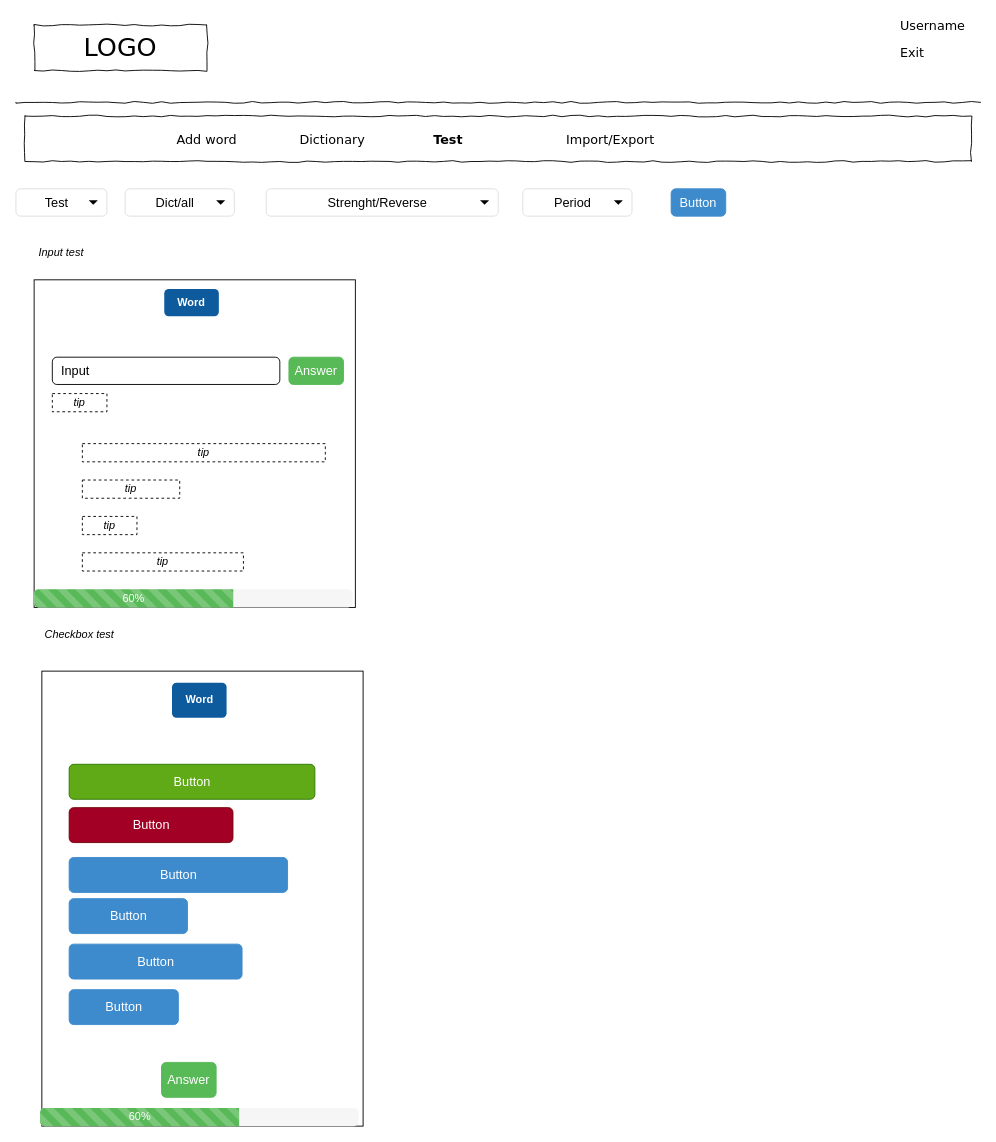
This is page "test interface" (3 of 6) of schemes/scheme.drawio from vikk777/Smart-Dictionary, a draw.io file, before an edit. Source tidied: cells renumbered, new cells numbered last; positions are measured from the earlier drawing's top-left corner, leaving out a move shared by most shapes. Both pictures are drawn from the tidied source at 91%, with x=0, y=0 at pixel (15, 15).
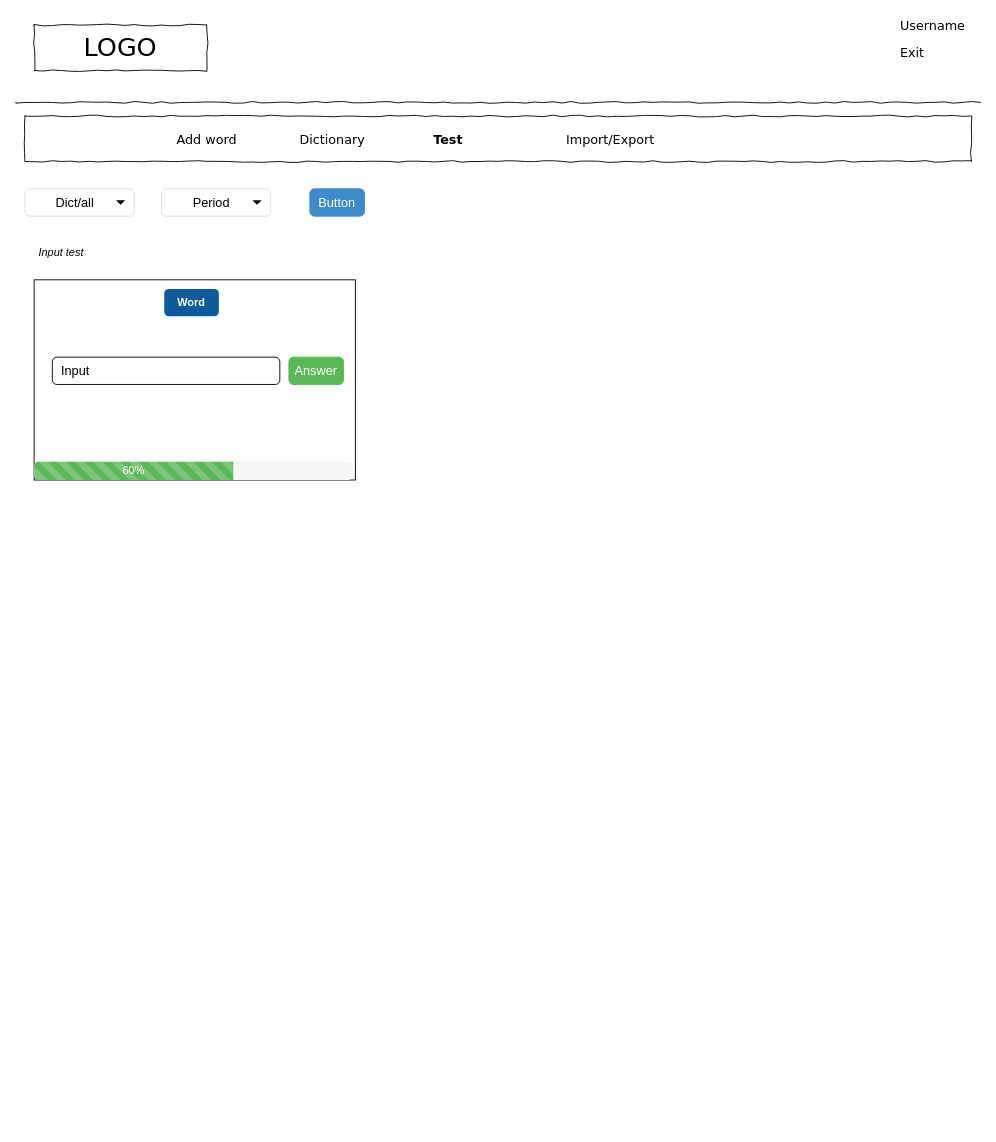
The same page after the edit.

Unchanged cells that the change refers to:
```xml
<mxCell id="34" style="group;" parent="1" vertex="1">
  <mxGeometry x="20" y="290" width="388.5" height="360" as="geometry" />
</mxCell>
```

The edit, as a diff of the source:
```diff
@@
     <mxCell id="11" value="Dict/all" style="html=1;shadow=0;dashed=0;shape=mxgraph.bootstrap.rrect;rSize=5;strokeColor=#dddddd;spacingRight=10;fontSize=14;whiteSpace=wrap;align=center;" parent="1" vertex="1">
-      <mxGeometry x="120" y="190" width="120" height="30" as="geometry" />
+      <mxGeometry x="10" y="190" width="120" height="30" as="geometry" />
     </mxCell>
@@
     <mxCell id="13" value="Period" style="html=1;shadow=0;dashed=0;shape=mxgraph.bootstrap.rrect;rSize=5;strokeColor=#dddddd;spacingRight=10;fontSize=14;whiteSpace=wrap;align=center;" parent="1" vertex="1">
-      <mxGeometry x="557" y="190" width="120" height="30" as="geometry" />
+      <mxGeometry x="160" y="190" width="120" height="30" as="geometry" />
     </mxCell>
@@
-    <mxCell id="15" value="Strenght/Reverse" style="html=1;shadow=0;dashed=0;shape=mxgraph.bootstrap.rrect;rSize=5;strokeColor=#dddddd;spacingRight=10;fontSize=14;whiteSpace=wrap;align=center;" parent="1" vertex="1">
-      <mxGeometry x="275" y="190" width="255" height="30" as="geometry" />
-    </mxCell>
-    <mxCell id="16" style="shape=triangle;direction=south;fillColor=#000000;strokeColor=none;perimeter=none;" parent="15" vertex="1">
-      <mxGeometry x="1" y="0.5" width="10" height="5" relative="1" as="geometry">
-        <mxPoint x="-20" y="-2.5" as="offset" />
-      </mxGeometry>
-    </mxCell>
     <mxCell id="17" value="Button" style="html=1;shadow=0;dashed=0;shape=mxgraph.bootstrap.rrect;rSize=5;fillColor=#3D8BCD;align=center;strokeColor=#3D8BCD;fontColor=#ffffff;fontSize=14;whiteSpace=wrap;" parent="1" vertex="1">
-      <mxGeometry x="720" y="190" width="60" height="30" as="geometry" />
+      <mxGeometry x="323" y="190" width="60" height="30" as="geometry" />
     </mxCell>
-    <mxCell id="18" value="Test" style="html=1;shadow=0;dashed=0;shape=mxgraph.bootstrap.rrect;rSize=5;strokeColor=#dddddd;spacingRight=10;fontSize=14;whiteSpace=wrap;align=center;" parent="1" vertex="1">
-      <mxGeometry y="190" width="100" height="30" as="geometry" />
-    </mxCell>
-    <mxCell id="19" style="shape=triangle;direction=south;fillColor=#000000;strokeColor=none;perimeter=none;" parent="18" vertex="1">
-      <mxGeometry x="1" y="0.5" width="10" height="5" relative="1" as="geometry">
-        <mxPoint x="-20" y="-2.5" as="offset" />
-      </mxGeometry>
-    </mxCell>
@@
-    <mxCell id="21" value="Checkbox test" style="text;html=1;strokeColor=none;fillColor=none;align=center;verticalAlign=middle;whiteSpace=wrap;rounded=0;fontStyle=2;" parent="1" vertex="1">
-      <mxGeometry x="20" y="670" width="100" height="20" as="geometry" />
-    </mxCell>
-    <mxCell id="22" style="group;" parent="1" vertex="1">
-      <mxGeometry x="28.5" y="720" width="371.5" height="500" as="geometry" />
-    </mxCell>
-    <mxCell id="23" style="rounded=0;whiteSpace=wrap;html=1;fillColor=none;" parent="22" vertex="1">
-      <mxGeometry width="353" height="500" as="geometry" />
-    </mxCell>
-    <mxCell id="24" value="Word" style="html=1;shadow=0;dashed=0;shape=mxgraph.bootstrap.rrect;align=center;rSize=5;strokeColor=none;fillColor=#0D5B9D;fontColor=#ffffff;fontStyle=1;whiteSpace=wrap;" parent="22" vertex="1">
-      <mxGeometry x="143" y="12.8" width="60" height="38.4" as="geometry" />
-    </mxCell>
-    <mxCell id="25" value="Button" style="html=1;shadow=0;dashed=0;shape=mxgraph.bootstrap.rrect;rSize=5;fillColor=#60a917;align=center;strokeColor=#2D7600;fontSize=14;whiteSpace=wrap;fontColor=#ffffff;" parent="22" vertex="1">
-      <mxGeometry x="30" y="102.4" width="270" height="38.4" as="geometry" />
-    </mxCell>
-    <mxCell id="26" value="Button" style="html=1;shadow=0;dashed=0;shape=mxgraph.bootstrap.rrect;rSize=5;fillColor=#3D8BCD;align=center;strokeColor=#3D8BCD;fontColor=#ffffff;fontSize=14;whiteSpace=wrap;" parent="22" vertex="1">
-      <mxGeometry x="30" y="250" width="130" height="38.4" as="geometry" />
-    </mxCell>
-    <mxCell id="27" value="Button" style="html=1;shadow=0;dashed=0;shape=mxgraph.bootstrap.rrect;rSize=5;fillColor=#a20025;align=center;strokeColor=#6F0000;fontColor=#ffffff;fontSize=14;whiteSpace=wrap;" parent="22" vertex="1">
-      <mxGeometry x="30" y="150" width="180" height="38.4" as="geometry" />
-    </mxCell>
-    <mxCell id="28" value="Button" style="html=1;shadow=0;dashed=0;shape=mxgraph.bootstrap.rrect;rSize=5;fillColor=#3D8BCD;align=center;strokeColor=#3D8BCD;fontColor=#ffffff;fontSize=14;whiteSpace=wrap;" parent="22" vertex="1">
-      <mxGeometry x="30" y="204.8" width="240" height="38.4" as="geometry" />
-    </mxCell>
-    <mxCell id="29" value="Button" style="html=1;shadow=0;dashed=0;shape=mxgraph.bootstrap.rrect;rSize=5;fillColor=#3D8BCD;align=center;strokeColor=#3D8BCD;fontColor=#ffffff;fontSize=14;whiteSpace=wrap;" parent="22" vertex="1">
-      <mxGeometry x="30" y="300" width="190" height="38.4" as="geometry" />
-    </mxCell>
-    <mxCell id="30" value="Button" style="html=1;shadow=0;dashed=0;shape=mxgraph.bootstrap.rrect;rSize=5;fillColor=#3D8BCD;align=center;strokeColor=#3D8BCD;fontColor=#ffffff;fontSize=14;whiteSpace=wrap;" parent="22" vertex="1">
-      <mxGeometry x="30" y="350" width="120" height="38.4" as="geometry" />
-    </mxCell>
-    <mxCell id="31" value="Answer" style="html=1;shadow=0;dashed=0;shape=mxgraph.bootstrap.rrect;rSize=5;fillColor=#58B957;align=center;strokeColor=#58B957;fontColor=#ffffff;fontSize=14;whiteSpace=wrap;" parent="22" vertex="1">
-      <mxGeometry x="131.5" y="430" width="60" height="38.4" as="geometry" />
-    </mxCell>
-    <mxCell id="32" style="html=1;shadow=0;dashed=0;shape=mxgraph.bootstrap.rrect;rSize=5;strokeColor=none;fillColor=#f6f6f6;whiteSpace=wrap;rounded=0;glass=0;comic=0;" parent="22" vertex="1">
-      <mxGeometry x="-2" y="480" width="350" height="20" as="geometry" />
-    </mxCell>
-    <mxCell id="33" value="60%" style="html=1;shadow=0;dashed=0;shape=mxgraph.bootstrap.leftButtonStriped;fillColor=#59B958;fontColor=#FFFFFF;whiteSpace=wrap;" parent="32" vertex="1">
-      <mxGeometry width="218.8" height="20" as="geometry" />
-    </mxCell>
@@
     <mxCell id="35" style="rounded=0;whiteSpace=wrap;html=1;fillColor=none;" parent="34" vertex="1">
-      <mxGeometry width="353" height="360" as="geometry" />
+      <mxGeometry width="353" height="220" as="geometry" />
     </mxCell>
@@
-    <mxCell id="39" value="tip" style="text;html=1;strokeColor=#000000;fillColor=none;align=center;verticalAlign=middle;whiteSpace=wrap;rounded=0;fontStyle=2;labelBorderColor=none;glass=0;shadow=0;comic=0;dashed=1;" parent="34" vertex="1">
-      <mxGeometry x="20" y="125" width="60" height="20" as="geometry" />
-    </mxCell>
-    <mxCell id="40" value="tip" style="text;html=1;strokeColor=#000000;fillColor=none;align=center;verticalAlign=middle;whiteSpace=wrap;rounded=0;fontStyle=2;labelBorderColor=none;glass=0;shadow=0;comic=0;dashed=1;" parent="34" vertex="1">
-      <mxGeometry x="53" y="180" width="267" height="20" as="geometry" />
-    </mxCell>
-    <mxCell id="41" value="tip" style="text;html=1;strokeColor=#000000;fillColor=none;align=center;verticalAlign=middle;whiteSpace=wrap;rounded=0;fontStyle=2;labelBorderColor=none;glass=0;shadow=0;comic=0;dashed=1;" parent="34" vertex="1">
-      <mxGeometry x="53" y="220" width="107" height="20" as="geometry" />
-    </mxCell>
-    <mxCell id="42" value="tip" style="text;html=1;strokeColor=#000000;fillColor=none;align=center;verticalAlign=middle;whiteSpace=wrap;rounded=0;fontStyle=2;labelBorderColor=none;glass=0;shadow=0;comic=0;dashed=1;" parent="34" vertex="1">
-      <mxGeometry x="53" y="260" width="60" height="20" as="geometry" />
-    </mxCell>
-    <mxCell id="43" value="tip" style="text;html=1;strokeColor=#000000;fillColor=none;align=center;verticalAlign=middle;whiteSpace=wrap;rounded=0;fontStyle=2;labelBorderColor=none;glass=0;shadow=0;comic=0;dashed=1;" parent="34" vertex="1">
-      <mxGeometry x="53" y="300" width="177" height="20" as="geometry" />
-    </mxCell>
     <mxCell id="44" style="html=1;shadow=0;dashed=0;shape=mxgraph.bootstrap.rrect;rSize=5;strokeColor=none;fillColor=#f6f6f6;whiteSpace=wrap;rounded=0;glass=0;comic=0;" parent="34" vertex="1">
-      <mxGeometry y="340" width="350" height="20" as="geometry" />
+      <mxGeometry y="200" width="350" height="20" as="geometry" />
     </mxCell>
```
